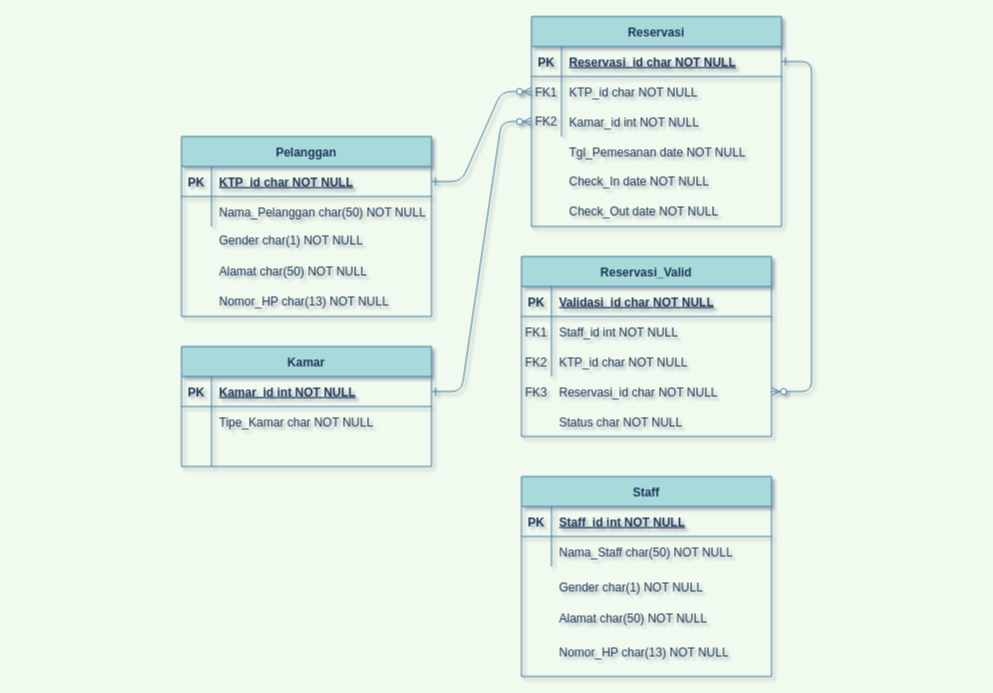
Earlier version of the draw.io diagram ERD K9 APSI.drawio (mewwwty/kuliah). Source tidied: cells renumbered, new cells numbered last; positions are measured from the earlier drawing's top-left corner, leaving out a move shared by most shapes. Both pictures are drawn from the tidied source at 100%, with x=0, y=0 at pixel (181, 16).
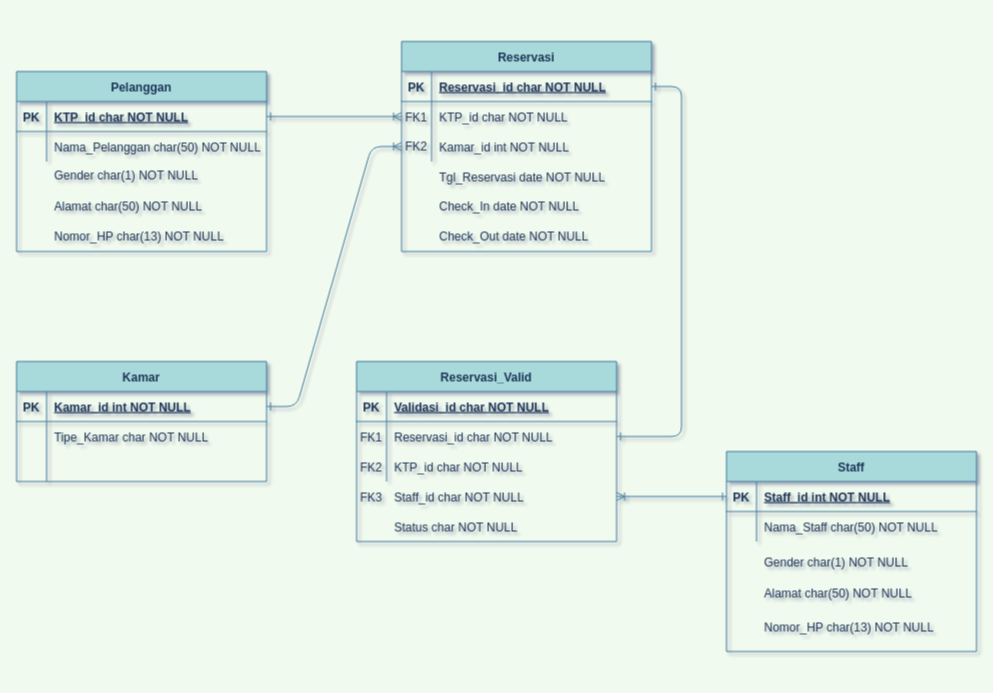
Above is the later version.

The change refers to these unchanged cells:
```xml
<mxCell id="5" style="shape=partialRectangle;fillColor=none;points=[[0,0.5],[1,0.5]];portConstraint=eastwest;top=0;left=0;right=0;bottom=1;strokeColor=#457B9D;fontColor=#1D3557;" parent="4" vertex="1">
  <mxGeometry y="30" width="250" height="30" as="geometry" />
</mxCell>
<mxCell id="34" style="shape=partialRectangle;fillColor=none;points=[[0,0.5],[1,0.5]];portConstraint=eastwest;top=0;left=0;right=0;bottom=1;strokeColor=#457B9D;fontColor=#1D3557;" parent="33" vertex="1">
  <mxGeometry y="30" width="250" height="30" as="geometry" />
</mxCell>
<mxCell id="37" style="shape=partialRectangle;fillColor=none;points=[[0,0.5],[1,0.5]];portConstraint=eastwest;top=0;left=0;right=0;bottom=0;strokeColor=#457B9D;fontColor=#1D3557;" parent="33" vertex="1">
  <mxGeometry y="60" width="250" height="30" as="geometry" />
</mxCell>
<mxCell id="40" style="shape=partialRectangle;fillColor=none;points=[[0,0.5],[1,0.5]];portConstraint=eastwest;top=0;left=0;right=0;bottom=0;strokeColor=#457B9D;fontColor=#1D3557;" parent="33" vertex="1">
  <mxGeometry y="90" width="250" height="30" as="geometry" />
</mxCell>
<mxCell id="49" style="shape=partialRectangle;fillColor=none;points=[[0,0.5],[1,0.5]];portConstraint=eastwest;top=0;left=0;right=0;bottom=1;strokeColor=#457B9D;fontColor=#1D3557;" parent="48" vertex="1">
  <mxGeometry y="30" width="250" height="30" as="geometry" />
</mxCell>
<mxCell id="60" style="shape=partialRectangle;fillColor=none;points=[[0,0.5],[1,0.5]];portConstraint=eastwest;top=0;left=0;right=0;bottom=1;strokeColor=#457B9D;fontColor=#1D3557;" parent="59" vertex="1">
  <mxGeometry y="30" width="250" height="30" as="geometry" />
</mxCell>
```

What changed in the source:
```diff
@@
-    <mxCell id="2" style="edgeStyle=entityRelationEdgeStyle;endArrow=ERzeroToMany;startArrow=ERone;endFill=1;startFill=0;strokeColor=#457B9D;fontColor=#1D3557;labelBackgroundColor=#F1FAEE;" parent="1" edge="1" source="49" target="37">
+    <mxCell id="2" style="edgeStyle=entityRelationEdgeStyle;endArrow=ERone;startArrow=ERoneToMany;endFill=0;startFill=0;strokeColor=#457B9D;fontColor=#1D3557;labelBackgroundColor=#F1FAEE;entryX=1;entryY=0.5;entryDx=0;entryDy=0;exitX=0;exitY=0.5;exitDx=0;exitDy=0;" parent="1" edge="1" source="37" target="49">
       <mxGeometry relative="1" as="geometry" />
     </mxCell>
-    <mxCell id="3" style="edgeStyle=entityRelationEdgeStyle;endArrow=ERzeroToMany;startArrow=ERone;endFill=1;startFill=0;strokeColor=#457B9D;fontColor=#1D3557;labelBackgroundColor=#F1FAEE;entryX=1;entryY=0.5;entryDx=0;entryDy=0;" parent="1" edge="1" source="34" target="29">
+    <mxCell id="3" style="edgeStyle=entityRelationEdgeStyle;endArrow=ERone;startArrow=ERone;endFill=0;startFill=0;strokeColor=#457B9D;fontColor=#1D3557;labelBackgroundColor=#F1FAEE;entryX=1;entryY=0.5;entryDx=0;entryDy=0;" parent="1" edge="1" source="34" target="19">
       <mxGeometry relative="1" as="geometry" />
     </mxCell>
     <mxCell id="4" value="Kamar" style="shape=table;startSize=30;childLayout=tableLayout;rowLines=0;fontStyle=1;align=center;fillColor=#A8DADC;strokeColor=#457B9D;fontColor=#1D3557;" parent="1" vertex="1">
-      <mxGeometry y="330" width="250" height="120" as="geometry" />
+      <mxGeometry x="-165" y="345" width="250" height="120" as="geometry" />
     </mxCell>
@@
     <mxCell id="14" style="group;fontColor=#1D3557;" parent="1" vertex="1">
-      <mxGeometry x="340" y="240" width="250" height="180" as="geometry" />
+      <mxGeometry x="175" y="345" width="260" height="180" as="geometry" />
     </mxCell>
+    <mxCell id="28" value="FK3" style="shape=partialRectangle;overflow=hidden;fillColor=none;top=0;left=0;bottom=0;right=0;strokeColor=#457B9D;fontColor=#1D3557;" parent="14" vertex="1">
+      <mxGeometry y="120" width="30" height="30" as="geometry" />
+    </mxCell>
+    <mxCell id="70" style="group;fontColor=default;" parent="14" vertex="1">
+      <mxGeometry width="260" height="180" as="geometry" />
+    </mxCell>
-    <mxCell id="15" value="Reservasi_Valid" style="shape=table;startSize=30;childLayout=tableLayout;rowLines=0;fontStyle=1;align=center;fillColor=#A8DADC;strokeColor=#457B9D;fontColor=#1D3557;" parent="14" vertex="1">
-      <mxGeometry width="250" height="180" as="geometry" />
+    <mxCell id="15" value="Reservasi_Valid" style="shape=table;startSize=30;childLayout=tableLayout;rowLines=0;fontStyle=1;align=center;fillColor=#A8DADC;strokeColor=#457B9D;fontColor=#1D3557;" parent="70" vertex="1">
+      <mxGeometry width="260" height="180" as="geometry" />
     </mxCell>
     <mxCell id="16" style="shape=partialRectangle;fillColor=none;top=0;left=0;right=0;bottom=1;strokeColor=#457B9D;fontColor=#1D3557;" parent="15" vertex="1">
-      <mxGeometry y="30" width="250" height="30" as="geometry" />
+      <mxGeometry y="30" width="260" height="30" as="geometry" />
     </mxCell>
@@
     <mxCell id="18" value="Validasi_id char NOT NULL " style="shape=partialRectangle;overflow=hidden;fillColor=none;top=0;left=0;bottom=0;right=0;align=left;spacingLeft=6;fontStyle=5;strokeColor=#457B9D;fontColor=#1D3557;" parent="16" vertex="1">
-      <mxGeometry x="30" width="220" height="30" as="geometry" />
+      <mxGeometry x="30" width="230" height="30" as="geometry" />
     </mxCell>
     <mxCell id="19" style="shape=partialRectangle;fillColor=none;points=[[0,0.5],[1,0.5]];portConstraint=eastwest;top=0;left=0;right=0;bottom=0;strokeColor=#457B9D;fontColor=#1D3557;" parent="15" vertex="1">
-      <mxGeometry y="60" width="250" height="30" as="geometry" />
+      <mxGeometry y="60" width="260" height="30" as="geometry" />
     </mxCell>
@@
-    <mxCell id="21" value="Staff_id int NOT NULL" style="shape=partialRectangle;overflow=hidden;fillColor=none;top=0;left=0;bottom=0;right=0;align=left;spacingLeft=6;strokeColor=#457B9D;fontColor=#1D3557;" parent="19" vertex="1">
-      <mxGeometry x="30" width="220" height="30" as="geometry" />
+    <mxCell id="21" value="Reservasi_id char NOT NULL" style="shape=partialRectangle;overflow=hidden;fillColor=none;top=0;left=0;bottom=0;right=0;align=left;spacingLeft=6;strokeColor=#457B9D;fontColor=#1D3557;" parent="19" vertex="1">
+      <mxGeometry x="30" width="230" height="30" as="geometry" />
     </mxCell>
     <mxCell id="22" style="shape=partialRectangle;fillColor=none;top=0;left=0;right=0;bottom=0;strokeColor=#457B9D;fontColor=#1D3557;" parent="15" vertex="1">
-      <mxGeometry y="90" width="250" height="30" as="geometry" />
+      <mxGeometry y="90" width="260" height="30" as="geometry" />
     </mxCell>
@@
     <mxCell id="24" value="KTP_id char NOT NULL" style="shape=partialRectangle;overflow=hidden;fillColor=none;top=0;left=0;bottom=0;right=0;align=left;spacingLeft=6;strokeColor=#457B9D;fontColor=#1D3557;" parent="22" vertex="1">
-      <mxGeometry x="30" width="220" height="30" as="geometry" />
+      <mxGeometry x="30" width="230" height="30" as="geometry" />
     </mxCell>
-    <mxCell id="25" value="Reservasi_id char NOT NULL " style="shape=partialRectangle;overflow=hidden;fillColor=none;top=0;left=0;bottom=0;right=0;align=left;spacingLeft=6;fontStyle=0;strokeColor=#457B9D;fontColor=#1D3557;" parent="14" vertex="1">
+    <mxCell id="25" value="Staff_id char NOT NULL " style="shape=partialRectangle;overflow=hidden;fillColor=none;top=0;left=0;bottom=0;right=0;align=left;spacingLeft=6;fontStyle=0;strokeColor=#457B9D;fontColor=#1D3557;" parent="70" vertex="1">
       <mxGeometry x="30" y="120" width="220" height="30" as="geometry" />
     </mxCell>
-    <mxCell id="26" value="Status char NOT NULL" style="shape=partialRectangle;overflow=hidden;fillColor=none;top=0;left=0;bottom=0;right=0;align=left;spacingLeft=6;strokeColor=#457B9D;fontColor=#1D3557;" parent="14" vertex="1">
+    <mxCell id="26" value="Status char NOT NULL" style="shape=partialRectangle;overflow=hidden;fillColor=none;top=0;left=0;bottom=0;right=0;align=left;spacingLeft=6;strokeColor=#457B9D;fontColor=#1D3557;" parent="70" vertex="1">
       <mxGeometry x="30" y="150" width="220" height="30" as="geometry" />
     </mxCell>
-    <mxCell id="27" value="FK2" style="shape=partialRectangle;overflow=hidden;fillColor=none;top=0;left=0;bottom=0;right=0;strokeColor=#457B9D;fontColor=#1D3557;" parent="14" vertex="1">
+    <mxCell id="27" value="FK2" style="shape=partialRectangle;overflow=hidden;fillColor=none;top=0;left=0;bottom=0;right=0;strokeColor=#457B9D;fontColor=#1D3557;" parent="70" vertex="1">
       <mxGeometry y="90" width="30" height="30" as="geometry" />
     </mxCell>
-    <mxCell id="28" value="FK3" style="shape=partialRectangle;overflow=hidden;fillColor=none;top=0;left=0;bottom=0;right=0;strokeColor=#457B9D;fontColor=#1D3557;" parent="14" vertex="1">
-      <mxGeometry y="120" width="30" height="30" as="geometry" />
-    </mxCell>
-    <mxCell id="29" style="shape=partialRectangle;fillColor=none;points=[[0,0.5],[1,0.5]];portConstraint=eastwest;top=0;left=0;right=0;bottom=0;strokeColor=#457B9D;fontColor=#1D3557;" parent="14" vertex="1">
+    <mxCell id="29" style="shape=partialRectangle;fillColor=none;points=[[0,0.5],[1,0.5]];portConstraint=eastwest;top=0;left=0;right=0;bottom=0;strokeColor=#457B9D;fontColor=#1D3557;" parent="70" vertex="1">
       <mxGeometry y="120" width="250" height="30" as="geometry" />
     </mxCell>
@@
-    <mxCell id="31" style="shape=partialRectangle;overflow=hidden;fillColor=none;top=0;left=0;bottom=0;right=0;align=left;spacingLeft=6;strokeColor=#457B9D;fontColor=#1D3557;" parent="29" vertex="1">
-      <mxGeometry x="30" width="220" height="30" as="geometry" />
-    </mxCell>
     <mxCell id="32" style="group;fontColor=#1D3557;" parent="1" vertex="1">
-      <mxGeometry x="350" width="250" height="210" as="geometry" />
+      <mxGeometry x="220" y="25" width="250" height="210" as="geometry" />
     </mxCell>
@@
-    <mxCell id="46" value="Tgl_Pemesanan date NOT NULL" style="shape=partialRectangle;overflow=hidden;fillColor=none;top=0;left=0;bottom=0;right=0;align=left;spacingLeft=6;strokeColor=#457B9D;fontColor=#1D3557;" parent="32" vertex="1">
+    <mxCell id="46" value="Tgl_Reservasi date NOT NULL" style="shape=partialRectangle;overflow=hidden;fillColor=none;top=0;left=0;bottom=0;right=0;align=left;spacingLeft=6;strokeColor=#457B9D;fontColor=#1D3557;" parent="32" vertex="1">
       <mxGeometry x="30" y="120" width="220" height="30" as="geometry" />
     </mxCell>
     <mxCell id="47" style="group;fontColor=#1D3557;" parent="1" vertex="1">
-      <mxGeometry y="120" width="250" height="180" as="geometry" />
+      <mxGeometry x="-165" y="55" width="250" height="180" as="geometry" />
     </mxCell>
@@
     <mxCell id="58" style="group;fontColor=#1D3557;" parent="1" vertex="1">
-      <mxGeometry x="340" y="460" width="250" height="200" as="geometry" />
+      <mxGeometry x="545" y="435" width="250" height="200" as="geometry" />
     </mxCell>
@@
-    <mxCell id="69" style="edgeStyle=entityRelationEdgeStyle;endArrow=ERzeroToMany;startArrow=ERone;endFill=1;startFill=0;strokeColor=#457B9D;fontColor=#1D3557;labelBackgroundColor=#F1FAEE;" parent="1" edge="1" source="5" target="40">
+    <mxCell id="69" style="edgeStyle=entityRelationEdgeStyle;endArrow=ERoneToMany;startArrow=ERone;endFill=0;startFill=0;strokeColor=#457B9D;fontColor=#1D3557;labelBackgroundColor=#F1FAEE;" parent="1" edge="1" source="5" target="40">
       <mxGeometry relative="1" as="geometry" />
     </mxCell>
+    <mxCell id="71" style="edgeStyle=entityRelationEdgeStyle;endArrow=ERone;startArrow=ERoneToMany;endFill=0;startFill=0;strokeColor=#457B9D;fontColor=#1D3557;labelBackgroundColor=#F1FAEE;entryX=0;entryY=0.5;entryDx=0;entryDy=0;exitX=1;exitY=0.75;exitDx=0;exitDy=0;" parent="1" edge="1" source="15" target="60">
+      <mxGeometry relative="1" as="geometry" />
+    </mxCell>
```
